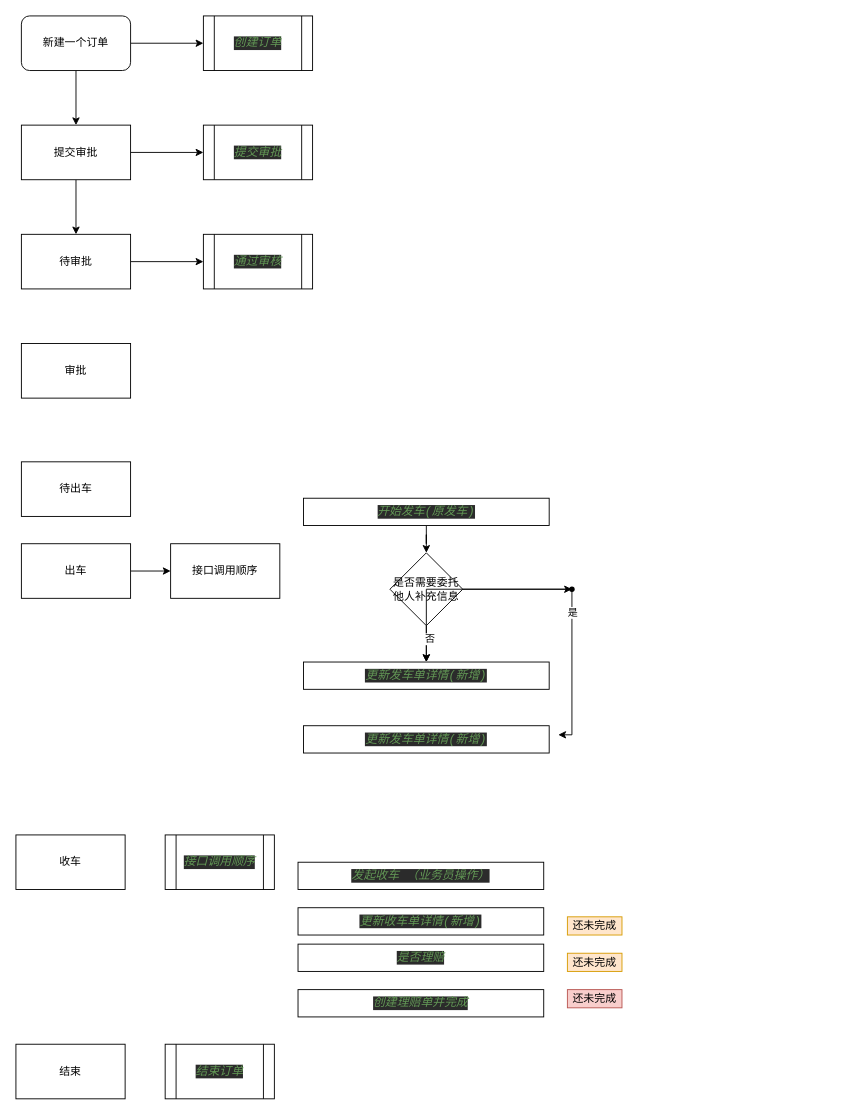
The draw.io diagram Untitled Diagram.drawio in yangrenqing/yangrenqing, before the edit. Source tidied: cells renumbered, new cells numbered last; positions are measured from the earlier drawing's top-left corner, leaving out a move shared by most shapes. Both pictures are drawn from the tidied source at 91%, with x=0, y=0 at pixel (15, 15).
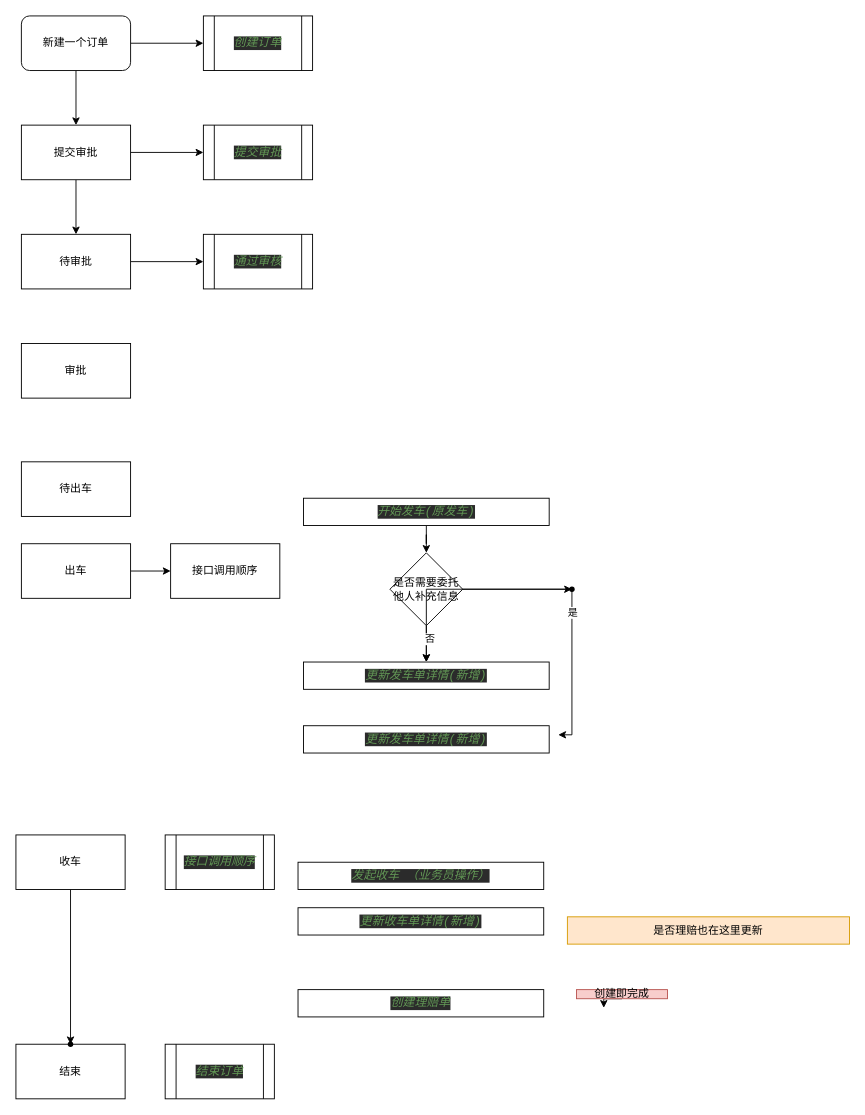
Above is the later version.

Commit message:
更新流程图

Unchanged cells that the change refers to:
```xml
<mxCell id="11" value="收车" style="rounded=0;whiteSpace=wrap;html=1;" parent="1" vertex="1">
  <mxGeometry y="900" width="120" height="60" as="geometry" />
</mxCell>
```

Change to the diagram source:
```diff
@@
+    <mxCell id="41" style="edgeStyle=orthogonalEdgeStyle;rounded=0;jettySize=auto;html=1;" parent="1" edge="1" source="11" target="43">
+      <mxGeometry relative="1" as="geometry" />
+    </mxCell>
@@
-    <mxCell id="26" value="&lt;pre style=&quot;background-color: #2b2b2b ; color: #a9b7c6 ; font-family: &amp;#34;jetbrains mono&amp;#34; , monospace ; font-size: 9.8pt&quot;&gt;&lt;span style=&quot;color: #629755 ; font-style: italic&quot;&gt;是否理赔&lt;/span&gt;&lt;/pre&gt;" style="rounded=0;whiteSpace=wrap;html=1;" parent="1" vertex="1">
-      <mxGeometry x="310" y="1020" width="270" height="30" as="geometry" />
-    </mxCell>
-    <mxCell id="27" value="&lt;pre style=&quot;background-color: #2b2b2b ; color: #a9b7c6 ; font-family: &amp;#34;jetbrains mono&amp;#34; , monospace ; font-size: 9.8pt&quot;&gt;&lt;span style=&quot;color: #629755 ; font-style: italic&quot;&gt;创建理赔单并完成&lt;/span&gt;&lt;/pre&gt;" style="rounded=0;whiteSpace=wrap;html=1;" parent="1" vertex="1">
+    <mxCell id="27" value="&lt;pre style=&quot;background-color: #2b2b2b ; color: #a9b7c6 ; font-family: &amp;#34;jetbrains mono&amp;#34; , monospace ; font-size: 9.8pt&quot;&gt;&lt;pre style=&quot;font-family: &amp;#34;jetbrains mono&amp;#34; , monospace ; font-size: 9.8pt&quot;&gt;&lt;span style=&quot;color: #629755 ; font-style: italic&quot;&gt;创建理赔单&lt;/span&gt;&lt;/pre&gt;&lt;/pre&gt;" style="rounded=0;whiteSpace=wrap;html=1;" parent="1" vertex="1">
       <mxGeometry x="310" y="1070" width="270" height="30" as="geometry" />
     </mxCell>
@@
-    <mxCell id="38" value="还未完成" style="text;html=1;strokeColor=#d79b00;fillColor=#ffe6cc;align=center;verticalAlign=middle;whiteSpace=wrap;rounded=0;" parent="1" vertex="1">
-      <mxGeometry x="606" y="990" width="60" height="20" as="geometry" />
+    <mxCell id="38" value="是否理赔也在这里更新" style="text;html=1;strokeColor=#d79b00;fillColor=#ffe6cc;align=center;verticalAlign=middle;whiteSpace=wrap;rounded=0;" parent="1" vertex="1">
+      <mxGeometry x="606" y="990" width="310" height="30" as="geometry" />
     </mxCell>
-    <mxCell id="39" value="还未完成" style="text;html=1;strokeColor=#d79b00;fillColor=#ffe6cc;align=center;verticalAlign=middle;whiteSpace=wrap;rounded=0;" parent="1" vertex="1">
-      <mxGeometry x="606" y="1030" width="60" height="20" as="geometry" />
-    </mxCell>
+    <mxCell id="42" style="edgeStyle=orthogonalEdgeStyle;rounded=0;jettySize=auto;html=1;exitX=0.5;exitY=1;exitDx=0;exitDy=0;" parent="1" edge="1" source="40">
+      <mxGeometry relative="1" as="geometry">
+        <mxPoint x="646" y="1090" as="targetPoint" />
+      </mxGeometry>
+    </mxCell>
-    <mxCell id="40" value="还未完成" style="text;html=1;strokeColor=#b85450;fillColor=#f8cecc;align=center;verticalAlign=middle;whiteSpace=wrap;rounded=0;" parent="1" vertex="1">
-      <mxGeometry x="606" y="1070" width="60" height="20" as="geometry" />
+    <mxCell id="40" value="创建即完成" style="text;html=1;strokeColor=#b85450;fillColor=#f8cecc;align=center;verticalAlign=middle;whiteSpace=wrap;rounded=0;" parent="1" vertex="1">
+      <mxGeometry x="616" y="1070" width="100" height="10" as="geometry" />
     </mxCell>
+    <mxCell id="43" style="shape=waypoint;size=6;points=[];fillColor=#ffffff;perimeter=centerPerimeter;snapToPoint=1;rounded=0;" parent="1" vertex="1">
+      <mxGeometry x="40" y="1110" width="40" height="40" as="geometry" />
+    </mxCell>
```
